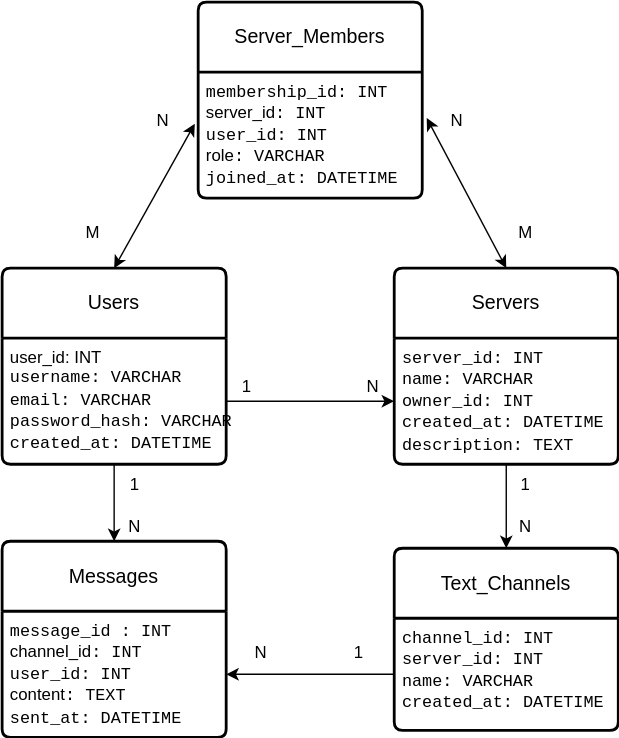
GIFONOT/VKR_4kurs keeps this draw.io diagram as Lab Work №3/BD.svg. Above is the earlier version. Source tidied: cells renumbered, new cells last; positions are measured from the earlier drawing's top-left corner, leaving out a move shared by most shapes. Source of this version:
```xml
<mxGraphModel>
  <root>
    <mxCell id="0" />
    <mxCell id="1" parent="0" />
    <mxCell id="2" value="Users" style="swimlane;horizontal=1;startSize=50;rounded=1;fontSize=14;fontStyle=0;strokeWidth=2;shadow=0;dashed=0;align=center;arcSize=4;whiteSpace=wrap;html=1;" parent="1" vertex="1">
      <mxGeometry y="190" width="160" height="140" as="geometry" />
    </mxCell>
    <mxCell id="3" value="user_id: INT&lt;br&gt;&lt;code&gt;username: VARCHAR&lt;/code&gt;&lt;br&gt;&lt;code&gt;email&lt;/code&gt;&lt;span style=&quot;font-family: monospace;&quot;&gt;: VARCHAR&lt;/span&gt;&lt;div&gt;&lt;code&gt;password_hash: VARCHAR&lt;br&gt;created_at:&amp;nbsp;DATETIME&lt;/code&gt;&lt;/div&gt;" style="align=left;strokeColor=none;fillColor=none;spacingLeft=4;fontSize=12;verticalAlign=top;html=1;" parent="2" vertex="1">
      <mxGeometry y="50" width="160" height="90" as="geometry" />
    </mxCell>
    <mxCell id="4" value="Servers" style="swimlane;horizontal=1;startSize=50;rounded=1;fontSize=14;fontStyle=0;strokeWidth=2;shadow=0;dashed=0;align=center;arcSize=4;whiteSpace=wrap;html=1;" parent="1" vertex="1">
      <mxGeometry x="280" y="190" width="160" height="140" as="geometry" />
    </mxCell>
    <mxCell id="5" value="&lt;code&gt;server_id:&amp;nbsp;INT&lt;/code&gt;&lt;div&gt;&lt;code&gt;name:&amp;nbsp;VARCHAR&lt;/code&gt;&lt;br&gt;&lt;code&gt;owner_id:&amp;nbsp;INT&lt;/code&gt;&lt;br&gt;&lt;div&gt;&lt;code&gt;created_at:&amp;nbsp;DATETIME&lt;br&gt;description:&amp;nbsp;TEXT&lt;/code&gt;&lt;/div&gt;&lt;/div&gt;" style="align=left;strokeColor=none;fillColor=none;spacingLeft=4;fontSize=12;verticalAlign=top;html=1;" parent="4" vertex="1">
      <mxGeometry y="50" width="160" height="90" as="geometry" />
    </mxCell>
    <mxCell id="6" value="Text_Channels" style="swimlane;horizontal=1;startSize=50;rounded=1;fontSize=14;fontStyle=0;strokeWidth=2;shadow=0;dashed=0;align=center;arcSize=4;whiteSpace=wrap;html=1;" parent="1" vertex="1">
      <mxGeometry x="280" y="390" width="160" height="130" as="geometry" />
    </mxCell>
    <mxCell id="7" value="&lt;code&gt;channel_id:&amp;nbsp;INT&lt;/code&gt;&lt;div&gt;&lt;code&gt;server_id:&amp;nbsp;&lt;/code&gt;&lt;span style=&quot;font-family: monospace;&quot;&gt;INT&lt;/span&gt;&lt;br&gt;&lt;code&gt;&lt;code&gt;name&lt;/code&gt;:&amp;nbsp;VARCHAR&lt;/code&gt;&lt;br&gt;&lt;div&gt;&lt;code&gt;created_at:&amp;nbsp;DATETIME&lt;br&gt;&lt;/code&gt;&lt;/div&gt;&lt;/div&gt;" style="align=left;strokeColor=none;fillColor=none;spacingLeft=4;fontSize=12;verticalAlign=top;html=1;" parent="6" vertex="1">
      <mxGeometry y="50" width="160" height="80" as="geometry" />
    </mxCell>
    <mxCell id="8" value="Messages" style="swimlane;horizontal=1;startSize=50;rounded=1;fontSize=14;fontStyle=0;strokeWidth=2;shadow=0;dashed=0;align=center;arcSize=4;whiteSpace=wrap;html=1;" parent="1" vertex="1">
      <mxGeometry y="385" width="160" height="140" as="geometry" />
    </mxCell>
    <mxCell id="9" value="&lt;code&gt;&lt;code&gt;message_id&lt;/code&gt;&amp;nbsp;:&amp;nbsp;INT&lt;br&gt;&lt;/code&gt;&lt;div&gt;&lt;code&gt;&lt;span style=&quot;background-color: transparent; color: light-dark(rgb(0, 0, 0), rgb(255, 255, 255)); font-family: Helvetica;&quot;&gt;channel_id&lt;/span&gt;:&amp;nbsp;&lt;/code&gt;&lt;span style=&quot;font-family: monospace;&quot;&gt;INT&lt;/span&gt;&lt;br&gt;&lt;code&gt;&lt;code&gt;user_id&lt;/code&gt;:&amp;nbsp;INT&lt;/code&gt;&lt;br&gt;&lt;div&gt;&lt;code&gt;&lt;span style=&quot;background-color: transparent; color: light-dark(rgb(0, 0, 0), rgb(255, 255, 255)); font-family: Helvetica;&quot;&gt;content&lt;/span&gt;:&amp;nbsp;TEXT&lt;br&gt;&lt;code&gt;sent_at:&amp;nbsp;DATETIME&lt;/code&gt;&lt;/code&gt;&lt;/div&gt;&lt;/div&gt;" style="align=left;strokeColor=none;fillColor=none;spacingLeft=4;fontSize=12;verticalAlign=top;html=1;" parent="8" vertex="1">
      <mxGeometry y="50" width="160" height="90" as="geometry" />
    </mxCell>
    <mxCell id="10" value="Server_Members" style="swimlane;horizontal=1;startSize=50;rounded=1;fontSize=14;fontStyle=0;strokeWidth=2;shadow=0;dashed=0;align=center;arcSize=4;whiteSpace=wrap;html=1;" parent="1" vertex="1">
      <mxGeometry x="140" width="160" height="140" as="geometry" />
    </mxCell>
    <mxCell id="11" value="&lt;code&gt;&lt;code&gt;membership_id&lt;/code&gt;:&amp;nbsp;INT&lt;br&gt;&lt;/code&gt;&lt;div&gt;&lt;code&gt;&lt;span style=&quot;background-color: transparent; color: light-dark(rgb(0, 0, 0), rgb(255, 255, 255)); font-family: Helvetica;&quot;&gt;server_id&lt;/span&gt;:&amp;nbsp;&lt;/code&gt;&lt;span style=&quot;font-family: monospace;&quot;&gt;INT&lt;/span&gt;&lt;br&gt;&lt;code&gt;&lt;code&gt;user_id&lt;/code&gt;:&amp;nbsp;INT&lt;/code&gt;&lt;br&gt;&lt;div&gt;&lt;code&gt;&lt;span style=&quot;background-color: transparent; color: light-dark(rgb(0, 0, 0), rgb(255, 255, 255)); font-family: Helvetica;&quot;&gt;role&lt;/span&gt;:&amp;nbsp;VARCHAR&lt;br&gt;&lt;code&gt;joined_at:&amp;nbsp;DATETIME&lt;/code&gt;&lt;/code&gt;&lt;/div&gt;&lt;/div&gt;" style="align=left;strokeColor=none;fillColor=none;spacingLeft=4;fontSize=12;verticalAlign=top;html=1;" parent="10" vertex="1">
      <mxGeometry y="50" width="160" height="90" as="geometry" />
    </mxCell>
    <mxCell id="12" style="edgeStyle=orthogonalEdgeStyle;rounded=0;jettySize=auto;html=1;exitX=0.5;exitY=1;exitDx=0;exitDy=0;entryX=0.5;entryY=0;entryDx=0;entryDy=0;" parent="1" edge="1" source="5" target="6">
      <mxGeometry relative="1" as="geometry" />
    </mxCell>
    <mxCell id="13" value="1" style="text;html=1;align=center;verticalAlign=middle;whiteSpace=wrap;rounded=0;" parent="1" vertex="1">
      <mxGeometry x="359" y="330" width="30" height="30" as="geometry" />
    </mxCell>
    <mxCell id="14" value="N" style="text;html=1;align=center;verticalAlign=middle;whiteSpace=wrap;rounded=0;" parent="1" vertex="1">
      <mxGeometry x="359" y="360" width="30" height="30" as="geometry" />
    </mxCell>
    <mxCell id="15" style="edgeStyle=orthogonalEdgeStyle;rounded=0;jettySize=auto;html=1;exitX=0;exitY=0.5;exitDx=0;exitDy=0;entryX=1;entryY=0.5;entryDx=0;entryDy=0;" parent="1" edge="1" source="7" target="9">
      <mxGeometry relative="1" as="geometry" />
    </mxCell>
    <mxCell id="16" value="N" style="text;html=1;align=center;verticalAlign=middle;whiteSpace=wrap;rounded=0;" parent="1" vertex="1">
      <mxGeometry x="170" y="450" width="30" height="30" as="geometry" />
    </mxCell>
    <mxCell id="17" value="1" style="text;html=1;align=center;verticalAlign=middle;whiteSpace=wrap;rounded=0;" parent="1" vertex="1">
      <mxGeometry x="240" y="450" width="30" height="30" as="geometry" />
    </mxCell>
    <mxCell id="18" style="edgeStyle=orthogonalEdgeStyle;rounded=0;jettySize=auto;html=1;exitX=1;exitY=0.5;exitDx=0;exitDy=0;entryX=0;entryY=0.5;entryDx=0;entryDy=0;" parent="1" edge="1" source="3" target="5">
      <mxGeometry relative="1" as="geometry" />
    </mxCell>
    <mxCell id="19" value="1" style="text;html=1;align=center;verticalAlign=middle;whiteSpace=wrap;rounded=0;" parent="1" vertex="1">
      <mxGeometry x="160" y="260" width="30" height="30" as="geometry" />
    </mxCell>
    <mxCell id="20" value="N" style="text;html=1;align=center;verticalAlign=middle;whiteSpace=wrap;rounded=0;" parent="1" vertex="1">
      <mxGeometry x="250" y="260" width="30" height="30" as="geometry" />
    </mxCell>
    <mxCell id="21" style="edgeStyle=orthogonalEdgeStyle;rounded=0;jettySize=auto;html=1;exitX=0.5;exitY=1;exitDx=0;exitDy=0;entryX=0.5;entryY=0;entryDx=0;entryDy=0;" parent="1" edge="1" source="3" target="8">
      <mxGeometry relative="1" as="geometry" />
    </mxCell>
    <mxCell id="22" value="1" style="text;html=1;align=center;verticalAlign=middle;whiteSpace=wrap;rounded=0;" parent="1" vertex="1">
      <mxGeometry x="80" y="330" width="30" height="30" as="geometry" />
    </mxCell>
    <mxCell id="23" value="N" style="text;html=1;align=center;verticalAlign=middle;whiteSpace=wrap;rounded=0;" parent="1" vertex="1">
      <mxGeometry x="80" y="360" width="30" height="30" as="geometry" />
    </mxCell>
    <mxCell id="24" style="endArrow=classic;startArrow=classic;html=1;rounded=0;entryX=-0.015;entryY=0.409;entryDx=0;entryDy=0;entryPerimeter=0;" parent="1" edge="1" target="11">
      <mxGeometry relative="1" as="geometry">
        <mxPoint x="80" y="190" as="sourcePoint" />
      </mxGeometry>
    </mxCell>
    <mxCell id="25" style="endArrow=classic;startArrow=classic;html=1;rounded=0;entryX=1.02;entryY=0.364;entryDx=0;entryDy=0;entryPerimeter=0;" parent="1" edge="1" target="11">
      <mxGeometry relative="1" as="geometry">
        <mxPoint x="360" y="190" as="sourcePoint" />
      </mxGeometry>
    </mxCell>
    <mxCell id="26" value="N" style="text;html=1;align=center;verticalAlign=middle;whiteSpace=wrap;rounded=0;" parent="1" vertex="1">
      <mxGeometry x="100" y="70" width="30" height="30" as="geometry" />
    </mxCell>
    <mxCell id="27" value="N" style="text;html=1;align=center;verticalAlign=middle;whiteSpace=wrap;rounded=0;" parent="1" vertex="1">
      <mxGeometry x="310" y="70" width="30" height="30" as="geometry" />
    </mxCell>
    <mxCell id="28" value="M" style="text;html=1;align=center;verticalAlign=middle;whiteSpace=wrap;rounded=0;" parent="1" vertex="1">
      <mxGeometry x="50" y="150" width="30" height="30" as="geometry" />
    </mxCell>
    <mxCell id="29" value="M" style="text;html=1;align=center;verticalAlign=middle;whiteSpace=wrap;rounded=0;" parent="1" vertex="1">
      <mxGeometry x="359" y="150" width="30" height="30" as="geometry" />
    </mxCell>
  </root>
</mxGraphModel>
```
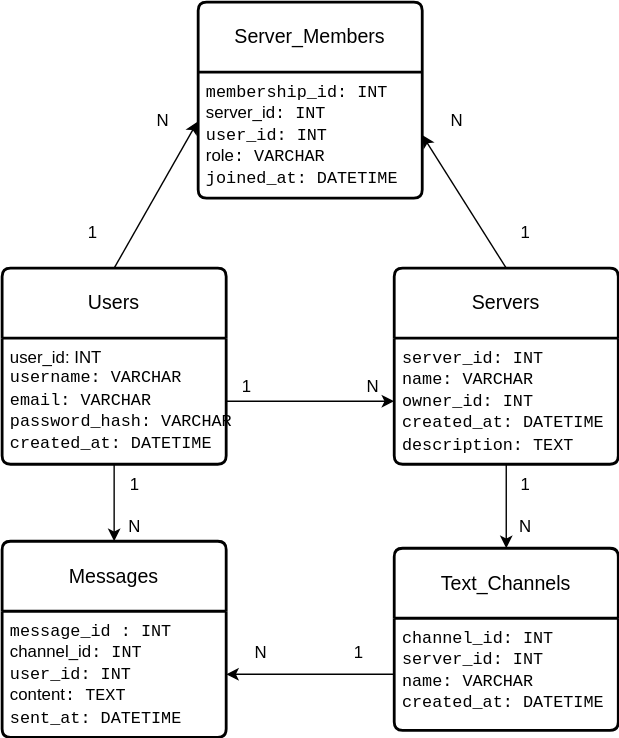
The same diagram one commit later.

What changed in the source:
```diff
@@ -68,27 +68,27 @@
     <mxCell id="23" value="N" style="text;html=1;align=center;verticalAlign=middle;whiteSpace=wrap;rounded=0;" parent="1" vertex="1">
       <mxGeometry x="80" y="360" width="30" height="30" as="geometry" />
     </mxCell>
-    <mxCell id="24" style="endArrow=classic;startArrow=classic;html=1;rounded=0;entryX=-0.015;entryY=0.409;entryDx=0;entryDy=0;entryPerimeter=0;" parent="1" edge="1" target="11">
-      <mxGeometry relative="1" as="geometry">
-        <mxPoint x="80" y="190" as="sourcePoint" />
-      </mxGeometry>
-    </mxCell>
-    <mxCell id="25" style="endArrow=classic;startArrow=classic;html=1;rounded=0;entryX=1.02;entryY=0.364;entryDx=0;entryDy=0;entryPerimeter=0;" parent="1" edge="1" target="11">
-      <mxGeometry relative="1" as="geometry">
-        <mxPoint x="360" y="190" as="sourcePoint" />
-      </mxGeometry>
-    </mxCell>
     <mxCell id="26" value="N" style="text;html=1;align=center;verticalAlign=middle;whiteSpace=wrap;rounded=0;" parent="1" vertex="1">
       <mxGeometry x="100" y="70" width="30" height="30" as="geometry" />
     </mxCell>
     <mxCell id="27" value="N" style="text;html=1;align=center;verticalAlign=middle;whiteSpace=wrap;rounded=0;" parent="1" vertex="1">
       <mxGeometry x="310" y="70" width="30" height="30" as="geometry" />
     </mxCell>
-    <mxCell id="28" value="M" style="text;html=1;align=center;verticalAlign=middle;whiteSpace=wrap;rounded=0;" parent="1" vertex="1">
+    <mxCell id="28" value="1" style="text;html=1;align=center;verticalAlign=middle;whiteSpace=wrap;rounded=0;" parent="1" vertex="1">
       <mxGeometry x="50" y="150" width="30" height="30" as="geometry" />
     </mxCell>
-    <mxCell id="29" value="M" style="text;html=1;align=center;verticalAlign=middle;whiteSpace=wrap;rounded=0;" parent="1" vertex="1">
+    <mxCell id="29" value="1" style="text;html=1;align=center;verticalAlign=middle;whiteSpace=wrap;rounded=0;" parent="1" vertex="1">
       <mxGeometry x="359" y="150" width="30" height="30" as="geometry" />
     </mxCell>
+    <mxCell id="30" style="endArrow=classic;html=1;rounded=0;entryX=-0.003;entryY=0.393;entryDx=0;entryDy=0;entryPerimeter=0;" parent="1" edge="1" target="11">
+      <mxGeometry relative="1" as="geometry">
+        <mxPoint x="80" y="190" as="sourcePoint" />
+      </mxGeometry>
+    </mxCell>
+    <mxCell id="31" style="endArrow=classic;html=1;rounded=0;entryX=1;entryY=0.5;entryDx=0;entryDy=0;" parent="1" edge="1" target="11">
+      <mxGeometry relative="1" as="geometry">
+        <mxPoint x="360" y="190" as="sourcePoint" />
+      </mxGeometry>
+    </mxCell>
   </root>
 </mxGraphModel>
```
